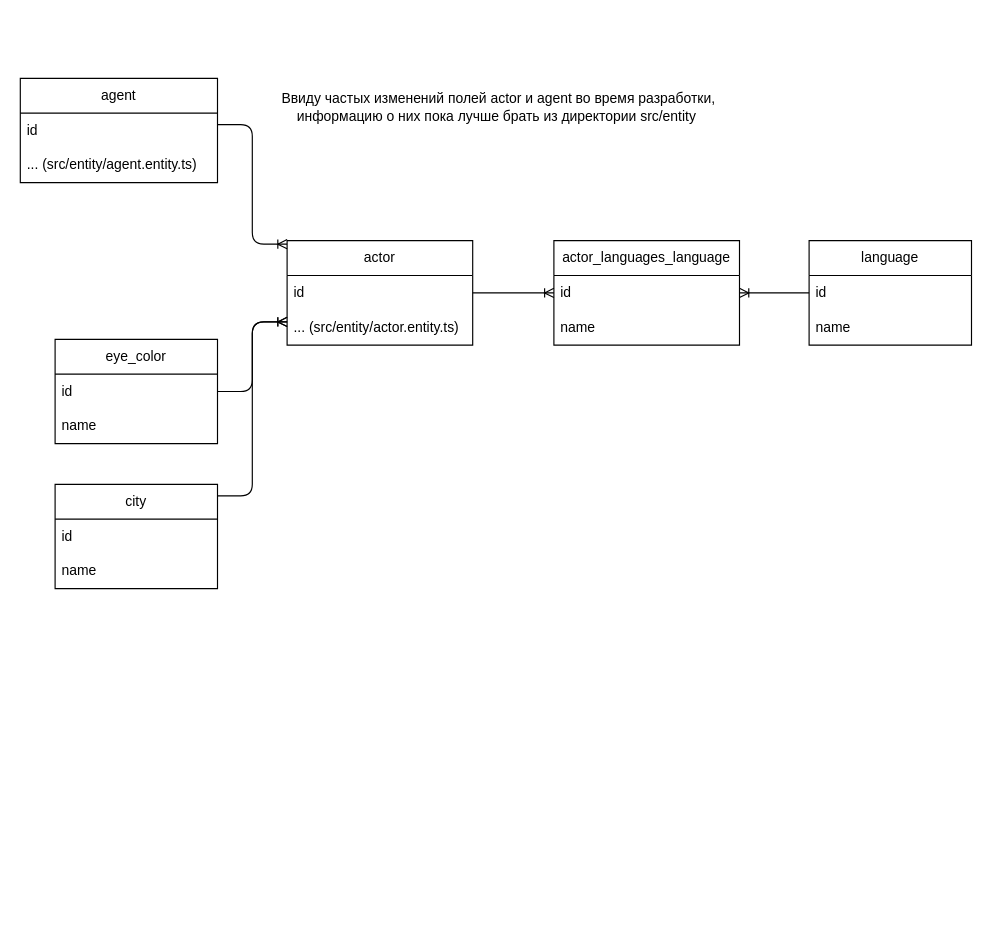
ossla/kc_agency keeps this draw.io diagram as server/docs/shcema.drawio. Above is the earlier version. Source tidied: cells renumbered, new cells numbered last; positions are measured from the earlier drawing's top-left corner, leaving out a move shared by most shapes. Both pictures are drawn from the tidied source at 116%, with x=0, y=0 at pixel (20, 78).
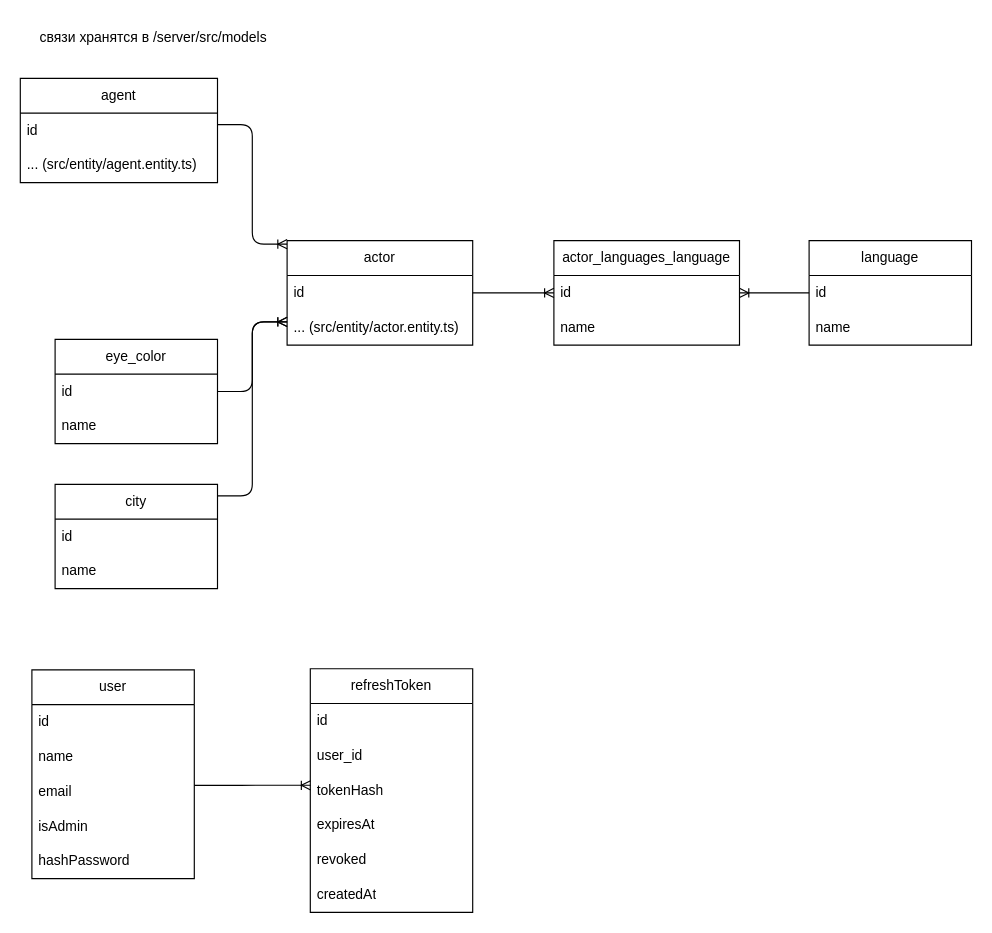
The same diagram, later.

Diff of the diagram source:
```diff
@@
-    <mxCell id="20" value="Ввиду частых изменений полей actor и agent во время разработки, информацию о них пока лучше брать из директории src/entity&amp;nbsp;" style="text;html=1;align=center;verticalAlign=middle;whiteSpace=wrap;rounded=0;" parent="1" vertex="1">
-      <mxGeometry x="220" width="385" height="50" as="geometry" />
+    <mxCell id="20" value="связи хранятся в /server/src/models" style="text;html=1;align=center;verticalAlign=middle;whiteSpace=wrap;rounded=0;" parent="1" vertex="1">
+      <mxGeometry y="-50" width="230" height="30" as="geometry" />
     </mxCell>
@@
+    <mxCell id="26" value="user" style="swimlane;fontStyle=0;horizontal=1;startSize=30;whiteSpace=wrap;html=1;" parent="1" vertex="1">
+      <mxGeometry x="10" y="510" width="140" height="180" as="geometry" />
+    </mxCell>
+    <mxCell id="27" value="id" style="text;strokeColor=none;fillColor=none;align=left;verticalAlign=middle;spacingLeft=4;spacingRight=4;overflow=hidden;whiteSpace=wrap;html=1;" parent="26" vertex="1">
+      <mxGeometry y="30" width="140" height="30" as="geometry" />
+    </mxCell>
+    <mxCell id="28" value="name" style="text;strokeColor=none;fillColor=none;align=left;verticalAlign=middle;spacingLeft=4;spacingRight=4;overflow=hidden;whiteSpace=wrap;html=1;" parent="26" vertex="1">
+      <mxGeometry y="60" width="140" height="30" as="geometry" />
+    </mxCell>
+    <mxCell id="29" value="email" style="text;strokeColor=none;fillColor=none;align=left;verticalAlign=middle;spacingLeft=4;spacingRight=4;overflow=hidden;points=[[0,0.5],[1,0.5]];portConstraint=eastwest;whiteSpace=wrap;html=1;" parent="26" vertex="1">
+      <mxGeometry y="90" width="140" height="30" as="geometry" />
+    </mxCell>
+    <mxCell id="30" value="isAdmin" style="text;strokeColor=none;fillColor=none;align=left;verticalAlign=middle;spacingLeft=4;spacingRight=4;overflow=hidden;whiteSpace=wrap;html=1;" parent="26" vertex="1">
+      <mxGeometry y="120" width="140" height="30" as="geometry" />
+    </mxCell>
+    <mxCell id="31" value="hashPassword" style="text;strokeColor=none;fillColor=none;align=left;verticalAlign=middle;spacingLeft=4;spacingRight=4;overflow=hidden;whiteSpace=wrap;html=1;" parent="26" vertex="1">
+      <mxGeometry y="150" width="140" height="30" as="geometry" />
+    </mxCell>
+    <mxCell id="32" style="edgeStyle=entityRelationEdgeStyle;fontSize=12;html=1;endArrow=ERoneToMany;exitX=1;exitY=0.316;exitDx=0;exitDy=0;exitPerimeter=0;entryX=0.002;entryY=0.349;entryDx=0;entryDy=0;entryPerimeter=0;" parent="1" edge="1" source="29" target="36">
+      <mxGeometry relative="1" as="geometry">
+        <Array as="points">
+          <mxPoint x="220" y="610" />
+        </Array>
+      </mxGeometry>
+    </mxCell>
+    <mxCell id="33" value="refreshToken" style="swimlane;fontStyle=0;horizontal=1;startSize=30;whiteSpace=wrap;html=1;" parent="1" vertex="1">
+      <mxGeometry x="250" y="509" width="140" height="210" as="geometry" />
+    </mxCell>
+    <mxCell id="34" value="id" style="text;strokeColor=none;fillColor=none;align=left;verticalAlign=middle;spacingLeft=4;spacingRight=4;overflow=hidden;whiteSpace=wrap;html=1;" parent="33" vertex="1">
+      <mxGeometry y="30" width="140" height="30" as="geometry" />
+    </mxCell>
+    <mxCell id="35" value="user_id" style="text;strokeColor=none;fillColor=none;align=left;verticalAlign=middle;spacingLeft=4;spacingRight=4;overflow=hidden;whiteSpace=wrap;html=1;" parent="33" vertex="1">
+      <mxGeometry y="60" width="140" height="30" as="geometry" />
+    </mxCell>
+    <mxCell id="36" value="tokenHash" style="text;strokeColor=none;fillColor=none;align=left;verticalAlign=middle;spacingLeft=4;spacingRight=4;overflow=hidden;points=[[0,0.5],[1,0.5]];portConstraint=eastwest;whiteSpace=wrap;html=1;" parent="33" vertex="1">
+      <mxGeometry y="90" width="140" height="30" as="geometry" />
+    </mxCell>
+    <mxCell id="37" value="expiresAt" style="text;strokeColor=none;fillColor=none;align=left;verticalAlign=middle;spacingLeft=4;spacingRight=4;overflow=hidden;whiteSpace=wrap;html=1;" parent="33" vertex="1">
+      <mxGeometry y="120" width="140" height="30" as="geometry" />
+    </mxCell>
+    <mxCell id="38" value="revoked" style="text;strokeColor=none;fillColor=none;align=left;verticalAlign=middle;spacingLeft=4;spacingRight=4;overflow=hidden;whiteSpace=wrap;html=1;" parent="33" vertex="1">
+      <mxGeometry y="150" width="140" height="30" as="geometry" />
+    </mxCell>
+    <mxCell id="39" value="createdAt" style="text;strokeColor=none;fillColor=none;align=left;verticalAlign=middle;spacingLeft=4;spacingRight=4;overflow=hidden;whiteSpace=wrap;html=1;" parent="33" vertex="1">
+      <mxGeometry y="180" width="140" height="30" as="geometry" />
+    </mxCell>
```
